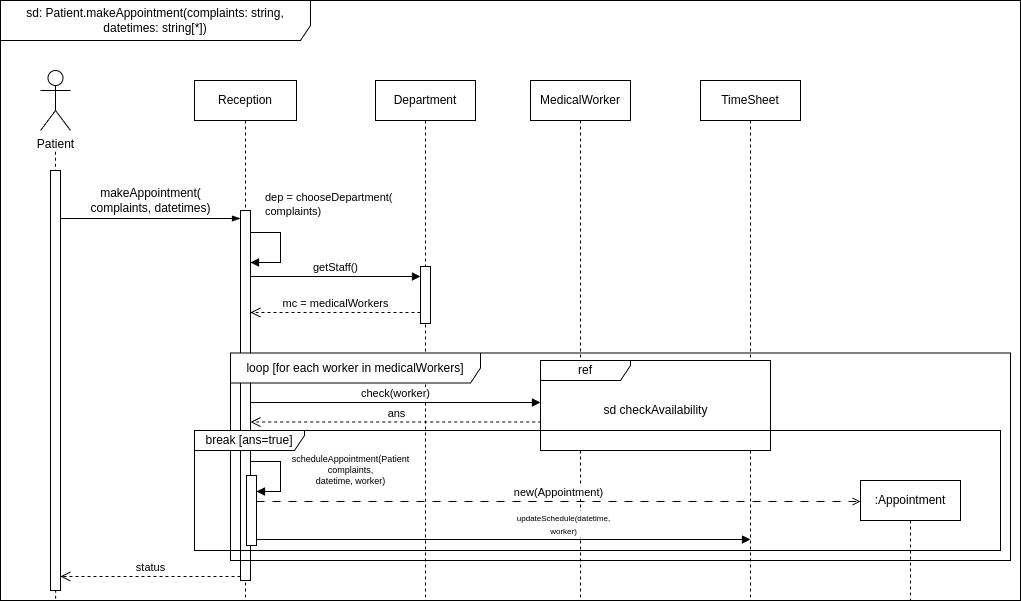
Above: lab2/SD-SD1.png in nedeadinside/oaoaoaoaoaoaoaoa (draw.io), before the change. Source tidied: cells renumbered, new cells last; positions are measured from the earlier drawing's top-left corner, leaving out a move shared by most shapes.
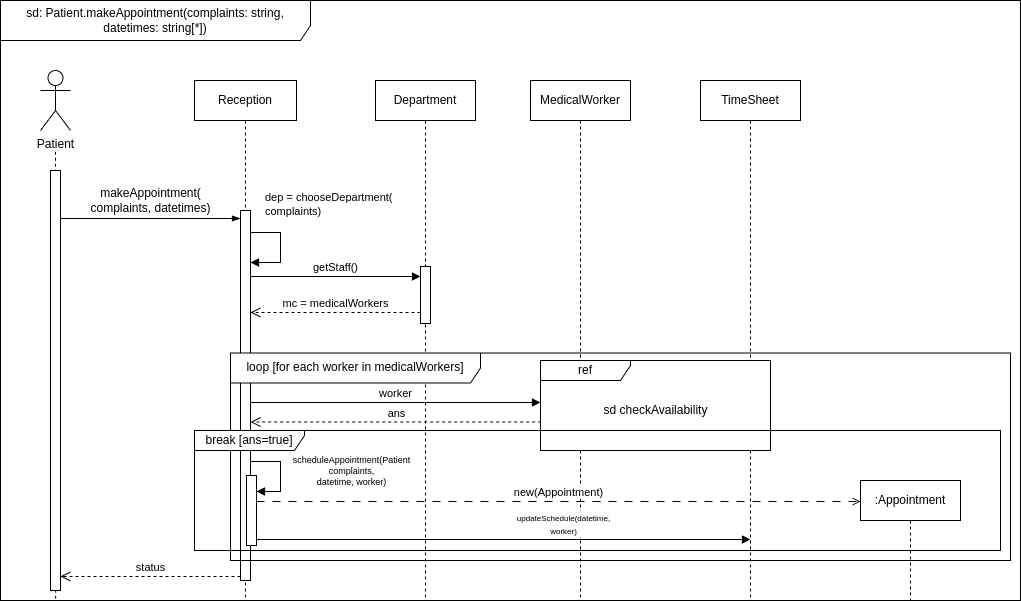
After the commit.

The edit, as a diff of the source:
```diff
@@ -80,7 +80,7 @@
     <mxCell id="20" value="loop [for each worker in medicalWorkers]" style="shape=umlFrame;whiteSpace=wrap;html=1;width=250;height=30;" parent="1" vertex="1">
       <mxGeometry x="230" y="352.5" width="780" height="207.5" as="geometry" />
     </mxCell>
-    <mxCell id="21" value="check(worker)" style="html=1;verticalAlign=bottom;endArrow=block;curved=0;rounded=0;" parent="1" edge="1">
+    <mxCell id="21" value="worker" style="html=1;verticalAlign=bottom;endArrow=block;curved=0;rounded=0;" parent="1" edge="1">
       <mxGeometry relative="1" as="geometry">
         <mxPoint x="250" y="402" as="sourcePoint" />
         <mxPoint x="540" y="402" as="targetPoint" />
```
